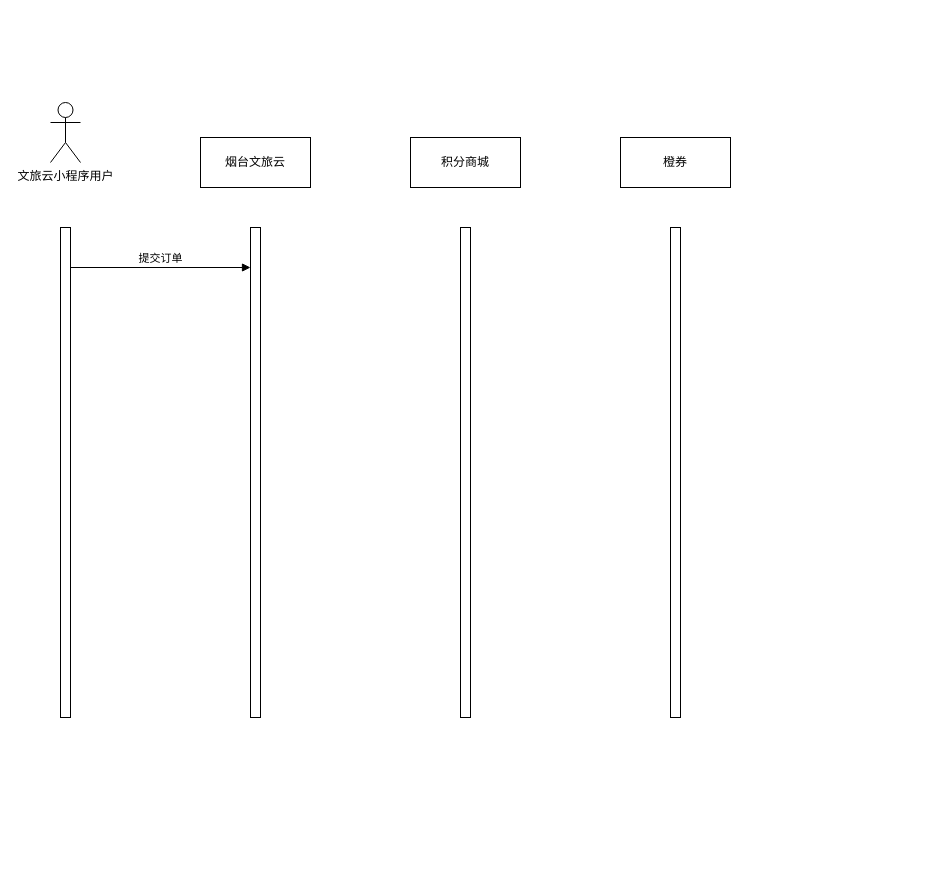
Above: 积分商城.drawio in z-cloud-z/draw (draw.io), before the change. Source tidied: cells renumbered, new cells numbered last; positions are measured from the earlier drawing's top-left corner, leaving out a move shared by most shapes. Both pictures are drawn from the tidied source at 100%, with x=0, y=0 at pixel (50, 102).
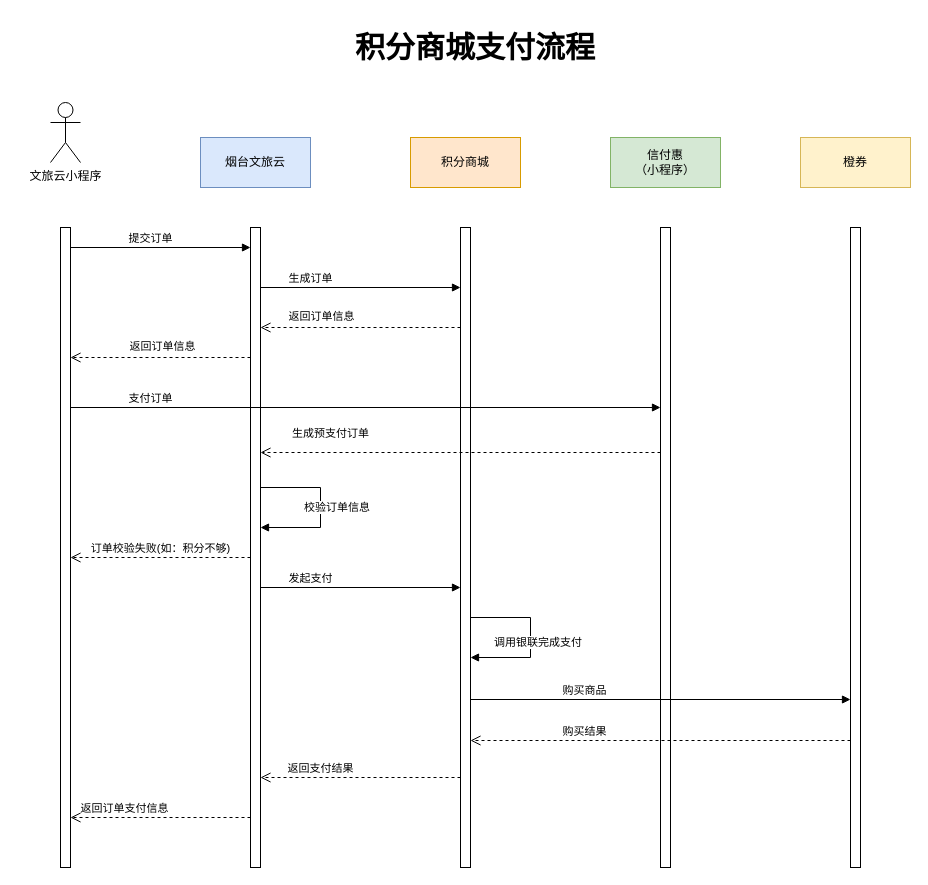
The same page after the edit.

Commit message (it also covers changes not shown here):
更新积分商城.drawio

The edit, as a diff of the source:
```diff
@@
-    <mxCell id="2" value="文旅云小程序用户" style="shape=umlActor;verticalLabelPosition=bottom;verticalAlign=top;html=1;" parent="1" vertex="1">
+    <mxCell id="2" value="文旅云小程序" style="shape=umlActor;verticalLabelPosition=bottom;verticalAlign=top;html=1;" parent="1" vertex="1">
       <mxGeometry width="30" height="60" as="geometry" />
     </mxCell>
-    <mxCell id="3" value="烟台文旅云" style="html=1;whiteSpace=wrap;" parent="1" vertex="1">
+    <mxCell id="3" value="烟台文旅云" style="html=1;whiteSpace=wrap;fillColor=#dae8fc;strokeColor=#6c8ebf;" parent="1" vertex="1">
       <mxGeometry x="150" y="35" width="110" height="50" as="geometry" />
     </mxCell>
-    <mxCell id="4" value="积分商城" style="html=1;whiteSpace=wrap;" parent="1" vertex="1">
+    <mxCell id="4" value="积分商城" style="html=1;whiteSpace=wrap;fillColor=#ffe6cc;strokeColor=#d79b00;" parent="1" vertex="1">
       <mxGeometry x="360" y="35" width="110" height="50" as="geometry" />
     </mxCell>
-    <mxCell id="5" value="橙券" style="html=1;whiteSpace=wrap;" parent="1" vertex="1">
-      <mxGeometry x="570" y="35" width="110" height="50" as="geometry" />
-    </mxCell>
     <mxCell id="6" style="html=1;perimeter=orthogonalPerimeter;targetShapes=umlLifeline;newEdgeStyle={&quot;curved&quot;:0,&quot;rounded&quot;:0};" parent="1" vertex="1">
-      <mxGeometry x="10" y="125" width="10" height="490" as="geometry" />
+      <mxGeometry x="10" y="125" width="10" height="640" as="geometry" />
     </mxCell>
     <mxCell id="7" style="html=1;points=[[0,0,0,0,5],[0,1,0,0,-5],[1,0,0,0,5],[1,1,0,0,-5]];perimeter=orthogonalPerimeter;outlineConnect=0;targetShapes=umlLifeline;portConstraint=eastwest;newEdgeStyle={&quot;curved&quot;:0,&quot;rounded&quot;:0};" parent="1" vertex="1">
-      <mxGeometry x="200" y="125" width="10" height="490" as="geometry" />
+      <mxGeometry x="200" y="125" width="10" height="640" as="geometry" />
     </mxCell>
     <mxCell id="8" style="html=1;perimeter=orthogonalPerimeter;targetShapes=umlLifeline;newEdgeStyle={&quot;curved&quot;:0,&quot;rounded&quot;:0};" parent="1" vertex="1">
-      <mxGeometry x="410" y="125" width="10" height="490" as="geometry" />
+      <mxGeometry x="410" y="125" width="10" height="640" as="geometry" />
     </mxCell>
-    <mxCell id="9" style="html=1;perimeter=orthogonalPerimeter;targetShapes=umlLifeline;newEdgeStyle={&quot;curved&quot;:0,&quot;rounded&quot;:0};" parent="1" vertex="1">
-      <mxGeometry x="620" y="125" width="10" height="490" as="geometry" />
-    </mxCell>
-    <mxCell id="10" value="提交订单" style="html=1;verticalAlign=bottom;endArrow=block;curved=0;rounded=0;" parent="1" edge="1" target="7">
-      <mxGeometry relative="1" as="geometry">
-        <mxPoint x="20" y="165" as="sourcePoint" />
+    <mxCell id="10" value="提交订单" style="html=1;verticalAlign=bottom;endArrow=block;curved=0;rounded=0;" parent="1" edge="1">
+      <mxGeometry x="-0.11" relative="1" as="geometry">
+        <mxPoint x="20" y="145" as="sourcePoint" />
+        <mxPoint x="200" y="145" as="targetPoint" />
       </mxGeometry>
     </mxCell>
+    <mxCell id="11" value="校验订单信息" style="html=1;align=left;spacingLeft=2;endArrow=block;rounded=0;edgeStyle=orthogonalEdgeStyle;curved=0;rounded=0;" parent="1" edge="1">
+      <mxGeometry x="0.5" y="-20" relative="1" as="geometry">
+        <mxPoint x="210" y="385" as="sourcePoint" />
+        <mxPoint x="210" y="425" as="targetPoint" />
+        <Array as="points">
+          <mxPoint x="270" y="385" />
+          <mxPoint x="270" y="425" />
+        </Array>
+      </mxGeometry>
+    </mxCell>
+    <mxCell id="12" value="订单校验失败(如：积分不够)" style="html=1;verticalAlign=bottom;endArrow=open;dashed=1;endSize=8;curved=0;rounded=0;entryX=1;entryY=0.306;entryDx=0;entryDy=0;entryPerimeter=0;" parent="1" edge="1">
+      <mxGeometry relative="1" as="geometry">
+        <mxPoint x="200" y="455" as="sourcePoint" />
+        <mxPoint x="20" y="455" as="targetPoint" />
+      </mxGeometry>
+    </mxCell>
+    <mxCell id="13" value="信付惠&lt;br&gt;（小程序）" style="html=1;whiteSpace=wrap;fillColor=#d5e8d4;strokeColor=#82b366;" parent="1" vertex="1">
+      <mxGeometry x="560" y="35" width="110" height="50" as="geometry" />
+    </mxCell>
+    <mxCell id="14" style="html=1;perimeter=orthogonalPerimeter;targetShapes=umlLifeline;newEdgeStyle={&quot;curved&quot;:0,&quot;rounded&quot;:0};" parent="1" vertex="1">
+      <mxGeometry x="610" y="125" width="10" height="640" as="geometry" />
+    </mxCell>
+    <mxCell id="15" value="生成订单" style="html=1;verticalAlign=bottom;endArrow=block;curved=0;rounded=0;" parent="1" edge="1">
+      <mxGeometry x="-0.5" relative="1" as="geometry">
+        <mxPoint x="210" y="185" as="sourcePoint" />
+        <mxPoint x="410" y="185" as="targetPoint" />
+      </mxGeometry>
+    </mxCell>
+    <mxCell id="16" value="支付订单" style="html=1;verticalAlign=bottom;endArrow=block;curved=0;rounded=0;" parent="1" edge="1">
+      <mxGeometry x="-0.73" relative="1" as="geometry">
+        <mxPoint x="20" y="305" as="sourcePoint" />
+        <mxPoint x="610" y="305" as="targetPoint" />
+      </mxGeometry>
+    </mxCell>
+    <mxCell id="17" style="html=1;verticalAlign=bottom;endArrow=open;dashed=1;endSize=8;curved=0;rounded=0;" parent="1" edge="1">
+      <mxGeometry x="0.38" y="-10" relative="1" as="geometry">
+        <mxPoint x="410" y="225" as="sourcePoint" />
+        <mxPoint x="210" y="225" as="targetPoint" />
+      </mxGeometry>
+    </mxCell>
+    <mxCell id="18" value="返回订单信息" style="edgeLabel;html=1;align=center;verticalAlign=middle;" parent="17" vertex="1">
+      <mxGeometry x="0.38" y="-12" relative="1" as="geometry">
+        <mxPoint x="-2" as="offset" />
+      </mxGeometry>
+    </mxCell>
+    <mxCell id="5" value="橙券" style="html=1;whiteSpace=wrap;fillColor=#fff2cc;strokeColor=#d6b656;" parent="1" vertex="1">
+      <mxGeometry x="750" y="35" width="110" height="50" as="geometry" />
+    </mxCell>
+    <mxCell id="19" style="html=1;points=[[0,0,0,0,5],[0,1,0,0,-5],[1,0,0,0,5],[1,1,0,0,-5]];perimeter=orthogonalPerimeter;outlineConnect=0;targetShapes=umlLifeline;portConstraint=eastwest;newEdgeStyle={&quot;curved&quot;:0,&quot;rounded&quot;:0};" parent="1" vertex="1">
+      <mxGeometry x="800" y="125" width="10" height="640" as="geometry" />
+    </mxCell>
+    <mxCell id="20" value="生成预支付订单" style="html=1;verticalAlign=bottom;endArrow=open;dashed=1;endSize=8;curved=0;rounded=0;" parent="1" edge="1">
+      <mxGeometry x="0.65" y="-10" relative="1" as="geometry">
+        <mxPoint x="610" y="350" as="sourcePoint" />
+        <mxPoint x="210" y="350" as="targetPoint" />
+      </mxGeometry>
+    </mxCell>
+    <mxCell id="21" value="调用银联完成支付" style="html=1;align=left;spacingLeft=2;endArrow=block;rounded=0;edgeStyle=orthogonalEdgeStyle;curved=0;rounded=0;" parent="1" edge="1">
+      <mxGeometry x="0.75" y="-15" relative="1" as="geometry">
+        <mxPoint x="420" y="515" as="sourcePoint" />
+        <mxPoint x="420" y="555" as="targetPoint" />
+        <Array as="points">
+          <mxPoint x="480" y="515" />
+          <mxPoint x="480" y="555" />
+        </Array>
+      </mxGeometry>
+    </mxCell>
+    <mxCell id="22" value="购买商品" style="html=1;verticalAlign=bottom;endArrow=block;curved=0;rounded=0;" parent="1" edge="1">
+      <mxGeometry x="-0.4" relative="1" as="geometry">
+        <mxPoint x="420" y="597" as="sourcePoint" />
+        <mxPoint x="800" y="597" as="targetPoint" />
+      </mxGeometry>
+    </mxCell>
+    <mxCell id="23" value="返回支付结果" style="html=1;verticalAlign=bottom;endArrow=open;dashed=1;endSize=8;curved=0;rounded=0;" parent="1" edge="1" target="7">
+      <mxGeometry x="0.4" relative="1" as="geometry">
+        <mxPoint x="410" y="675" as="sourcePoint" />
+      </mxGeometry>
+    </mxCell>
+    <mxCell id="24" value="购买结果" style="html=1;verticalAlign=bottom;endArrow=open;dashed=1;endSize=8;curved=0;rounded=0;" parent="1" edge="1" source="19">
+      <mxGeometry x="0.4" relative="1" as="geometry">
+        <mxPoint x="420" y="638" as="targetPoint" />
+      </mxGeometry>
+    </mxCell>
+    <mxCell id="25" value="积分商城支付流程" style="text;html=1;strokeColor=none;fillColor=none;align=center;verticalAlign=middle;whiteSpace=wrap;rounded=0;fontStyle=1;fontSize=30;" parent="1" vertex="1">
+      <mxGeometry x="260" y="-85" width="330" height="60" as="geometry" />
+    </mxCell>
+    <mxCell id="26" value="发起支付" style="html=1;verticalAlign=bottom;endArrow=block;curved=0;rounded=0;" parent="1" edge="1">
+      <mxGeometry x="-0.5" relative="1" as="geometry">
+        <mxPoint x="210" y="485" as="sourcePoint" />
+        <mxPoint x="410" y="485" as="targetPoint" />
+      </mxGeometry>
+    </mxCell>
+    <mxCell id="27" value="返回订单支付信息" style="html=1;verticalAlign=bottom;endArrow=open;dashed=1;endSize=8;curved=0;rounded=0;" parent="1" edge="1">
+      <mxGeometry x="0.4" relative="1" as="geometry">
+        <mxPoint x="200" y="715" as="sourcePoint" />
+        <mxPoint x="20" y="715" as="targetPoint" />
+      </mxGeometry>
+    </mxCell>
+    <mxCell id="28" style="html=1;verticalAlign=bottom;endArrow=open;dashed=1;endSize=8;curved=0;rounded=0;" parent="1" edge="1">
+      <mxGeometry x="0.38" y="-10" relative="1" as="geometry">
+        <mxPoint x="200" y="255" as="sourcePoint" />
+        <mxPoint x="20" y="255" as="targetPoint" />
+      </mxGeometry>
+    </mxCell>
+    <mxCell id="29" value="返回订单信息" style="edgeLabel;html=1;align=center;verticalAlign=middle;" parent="28" vertex="1">
+      <mxGeometry x="0.38" y="-12" relative="1" as="geometry">
+        <mxPoint x="35" as="offset" />
+      </mxGeometry>
+    </mxCell>
```
